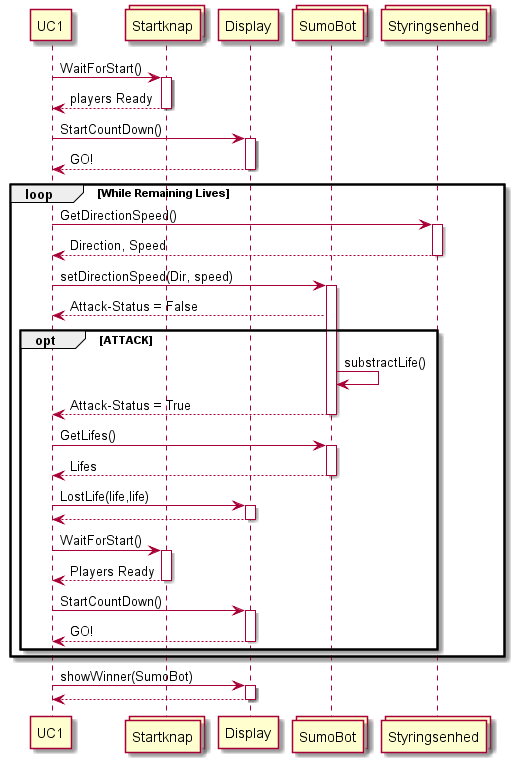
Before: Diagrammer/CentralComputer/Sekvensdiagrammer/UC1_sekvensdiagram/UC1_SD/UC1_SD.png, a diagram exported from PlantUML (Solvgraa-mager/E3PRJ3).
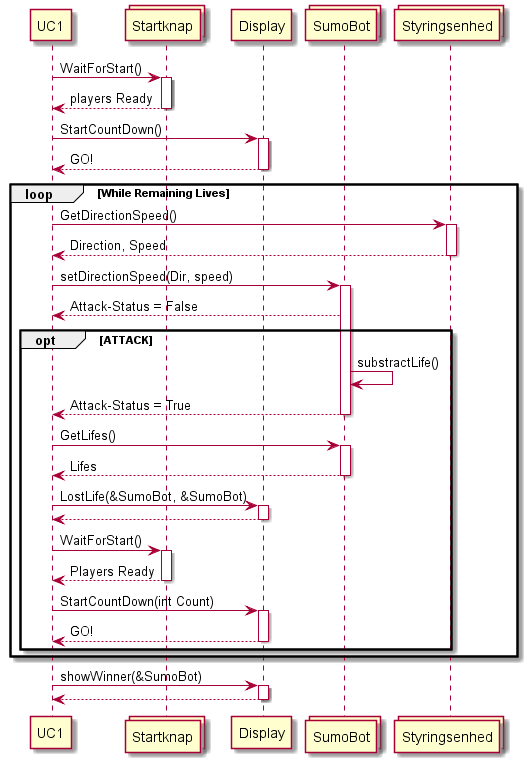
The same file after the commit.

Commit message:
Diagrammer opdateret

What changed in the source:
```diff
@@ -30,7 +30,7 @@
         activate SumoBot
         SumoBot --> UC1 : Lifes
         deactivate SumoBot
-        UC1 -> Display : LostLife(life,life)
+        UC1 -> Display : LostLife(&SumoBot, &SumoBot)
         activate Display
         Display --> UC1 :
         deactivate Display
@@ -38,13 +38,13 @@
         activate Startknap
         Startknap --> UC1 : Players Ready
         deactivate Startknap
-        UC1 -> Display : StartCountDown()
+        UC1 -> Display : StartCountDown(int Count)
         activate Display
         Display --> UC1 : GO!
         deactivate Display
     end opt
 end loop
-        UC1 -> Display : showWinner(SumoBot)
+        UC1 -> Display : showWinner(&SumoBot)
         activate Display
         Display --> UC1 :
         deactivate Display
```
